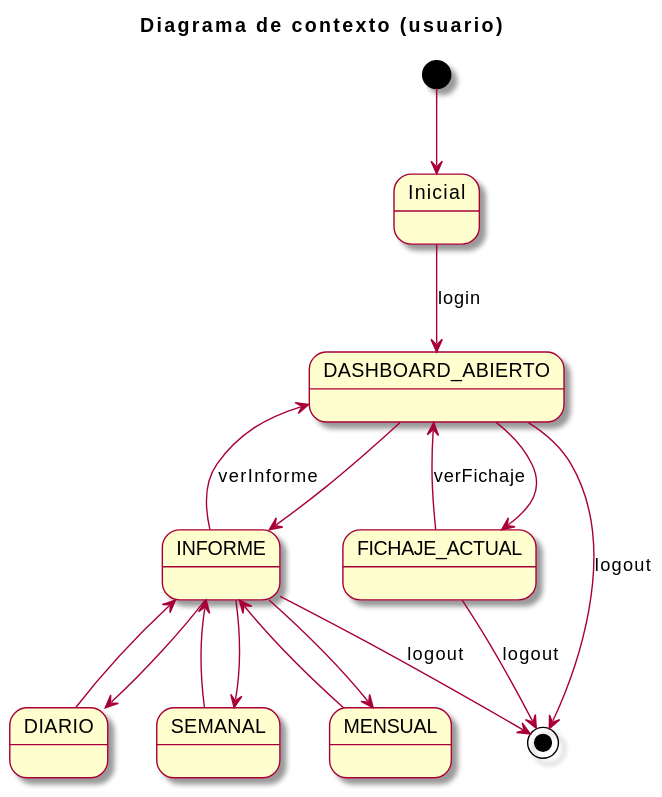
This is imagenes/casosDeUso/diagramaContexto(usuario).svg from mmasias/23-24-IdSw1-SDR, a PlantUML export, as it was before one commit.
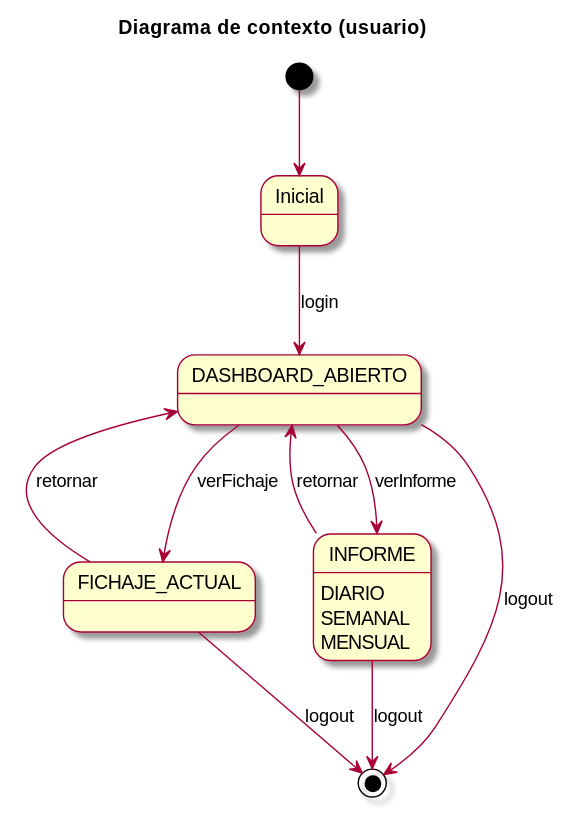
The same file after the commit.

Commit message:
diagrama de contexto de usuario actualizado

Change to the diagram source:
```diff
@@ -1,4 +1,5 @@
-@startuml
+@startuml Diagrama Contexto
+
 skin rose
 title Diagrama de contexto (usuario)
 
@@ -6,21 +7,17 @@
 
 Inicial -down-> DASHBOARD_ABIERTO: login
 
-DASHBOARD_ABIERTO --> FICHAJE_ACTUAL
-DASHBOARD_ABIERTO --> INFORME
+DASHBOARD_ABIERTO --> FICHAJE_ACTUAL : verFichaje
+DASHBOARD_ABIERTO --> INFORME : verInforme
+INFORME : DIARIO
+INFORME : SEMANAL
+INFORME : MENSUAL
+DASHBOARD_ABIERTO <-- FICHAJE_ACTUAL : retornar
+DASHBOARD_ABIERTO <-- INFORME : retornar
 
-DASHBOARD_ABIERTO <-- FICHAJE_ACTUAL : verFichaje
-DASHBOARD_ABIERTO <-- INFORME : verInforme
-
-INFORME --> DIARIO
-INFORME --> SEMANAL
-INFORME --> MENSUAL
-
-INFORME <-- DIARIO
-INFORME <-- SEMANAL
-INFORME <-- MENSUAL
 
 DASHBOARD_ABIERTO --> [*] : logout
 FICHAJE_ACTUAL --> [*] : logout
 INFORME --> [*] : logout
+
 @enduml
```
